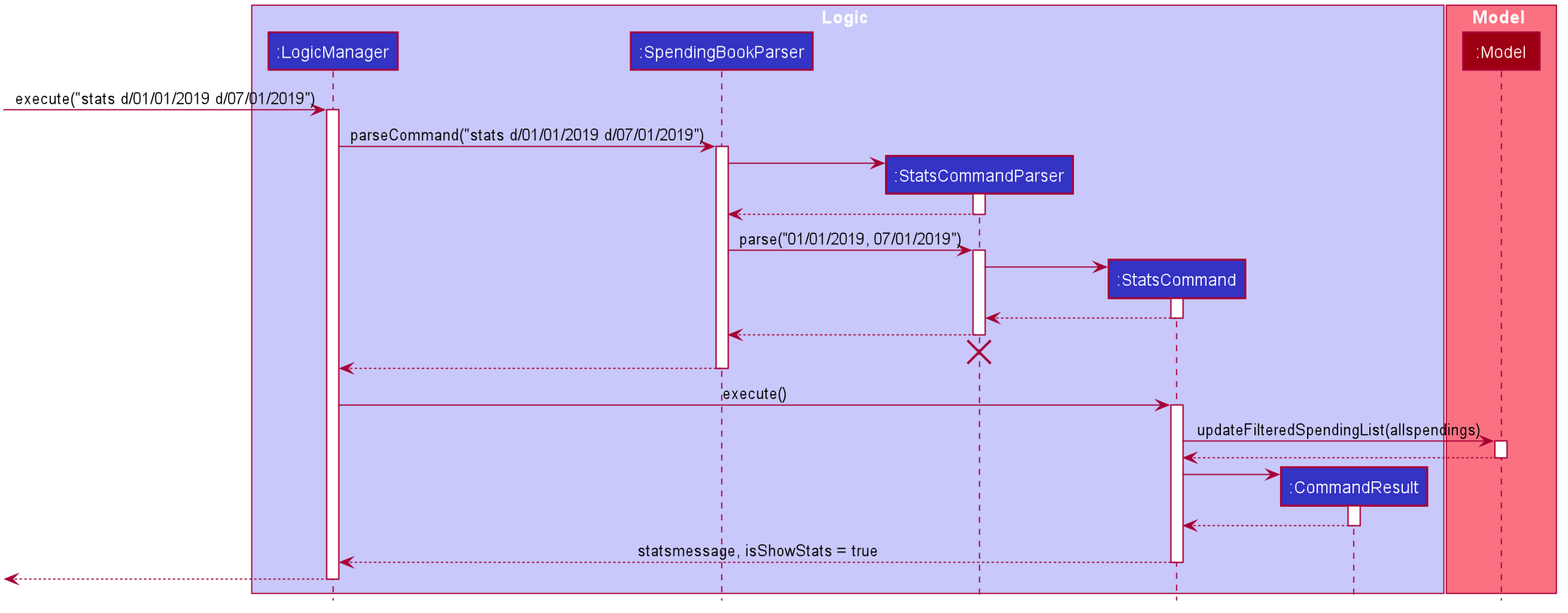
Before: docs/images/StatsSequenceDiagram.png, a diagram exported from PlantUML (nus-cs2103-AY1920S1/addressbook-level3). Source of this version:
```plantuml
@startuml








skinparam BackgroundColor #FFFFFFF

skinparam Shadowing false

skinparam Class {
    FontColor #FFFFFF
    BorderThickness 1
    BorderColor #FFFFFF
    StereotypeFontColor #FFFFFF
    FontName Arial
}

skinparam Actor {
    BorderColor #000000
    Color #000000
    FontName Arial
}

skinparam Sequence {
    MessageAlign center
    BoxFontSize 15
    BoxPadding 0
    BoxFontColor #FFFFFF
    FontName Arial
}

skinparam Participant {
    FontColor #FFFFFFF
    Padding 20
}

skinparam MinClassWidth 50
skinparam ParticipantPadding 10
skinparam Shadowing false
skinparam DefaultTextAlignment center
skinparam packageStyle Rectangle

hide footbox
hide members
hide circle

box Logic #C8C8FA
participant ":LogicManager" as LogicManager #3333C4
participant ":SpendingBookParser" as SpendingBookParser #3333C4
participant ":StatsCommandParser" as StatsCommandParser #3333C4
participant ":StatsCommand" as StatsCommand #3333C4
participant ":CommandResult" as CommandResult #3333C4
end box

box Model #F97181
participant ":Model" as Model #9D0012
end box

[-> LogicManager : execute("stats d/01/01/2019 d/07/01/2019")
activate LogicManager

LogicManager -> SpendingBookParser : parseCommand("stats d/01/01/2019 d/07/01/2019")
activate SpendingBookParser

create StatsCommandParser
SpendingBookParser -> StatsCommandParser
activate StatsCommandParser

StatsCommandParser --> SpendingBookParser
deactivate StatsCommandParser

SpendingBookParser -> StatsCommandParser : parse("01/01/2019, 07/01/2019")
activate StatsCommandParser

create StatsCommand
StatsCommandParser -> StatsCommand
activate StatsCommand

StatsCommand --> StatsCommandParser
deactivate StatsCommand

StatsCommandParser --> SpendingBookParser
deactivate StatsCommandParser
StatsCommandParser -[hidden]-> SpendingBookParser
destroy StatsCommandParser

SpendingBookParser --> LogicManager
deactivate SpendingBookParser

LogicManager -> StatsCommand : execute()
activate StatsCommand

StatsCommand -> Model : updateFilteredSpendingList(allspendings)
activate Model

Model --> StatsCommand
deactivate Model

create CommandResult
StatsCommand -> CommandResult
activate CommandResult

CommandResult --> StatsCommand
deactivate CommandResult

StatsCommand --> LogicManager : statsmessage, isShowStats = true
deactivate StatsCommand

[<--LogicManager
deactivate LogicManager
@enduml
```
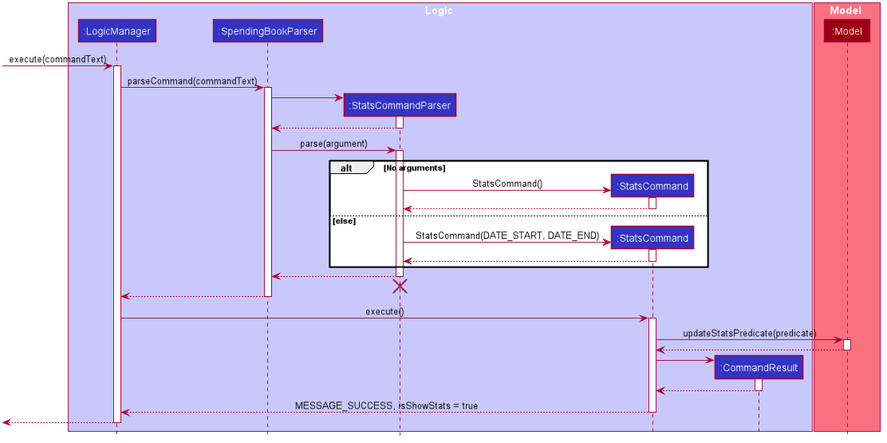
Above is the later version.

What changed in the source:
```diff
@@ -60,10 +60,10 @@
 participant ":Model" as Model #9D0012
 end box
 
-[-> LogicManager : execute("stats d/01/01/2019 d/07/01/2019")
+[-> LogicManager : execute(commandText)
 activate LogicManager
 
-LogicManager -> SpendingBookParser : parseCommand("stats d/01/01/2019 d/07/01/2019")
+LogicManager -> SpendingBookParser : parseCommand(commandText)
 activate SpendingBookParser
 
 create StatsCommandParser
@@ -73,15 +73,22 @@
 StatsCommandParser --> SpendingBookParser
 deactivate StatsCommandParser
 
-SpendingBookParser -> StatsCommandParser : parse("01/01/2019, 07/01/2019")
+SpendingBookParser -> StatsCommandParser : parse(argument)
 activate StatsCommandParser
 
-create StatsCommand
-StatsCommandParser -> StatsCommand
-activate StatsCommand
-
-StatsCommand --> StatsCommandParser
-deactivate StatsCommand
+alt No arguments
+    create StatsCommand
+    StatsCommandParser -> StatsCommand: StatsCommand()
+    activate StatsCommand
+    StatsCommand --> StatsCommandParser
+    deactivate StatsCommand
+else else
+    create StatsCommand
+	StatsCommandParser -> StatsCommand: StatsCommand(DATE_START, DATE_END)
+	activate StatsCommand
+	StatsCommand --> StatsCommandParser
+    deactivate StatsCommand
+end
 
 StatsCommandParser --> SpendingBookParser
 deactivate StatsCommandParser
@@ -94,7 +101,7 @@
 LogicManager -> StatsCommand : execute()
 activate StatsCommand
 
-StatsCommand -> Model : updateFilteredSpendingList(allspendings)
+StatsCommand -> Model : updateStatsPredicate(predicate)
 activate Model
 
 Model --> StatsCommand
@@ -107,7 +114,7 @@
 CommandResult --> StatsCommand
 deactivate CommandResult
 
-StatsCommand --> LogicManager : statsmessage, isShowStats = true
+StatsCommand --> LogicManager : MESSAGE_SUCCESS, isShowStats = true
 deactivate StatsCommand
 
 [<--LogicManager
```
